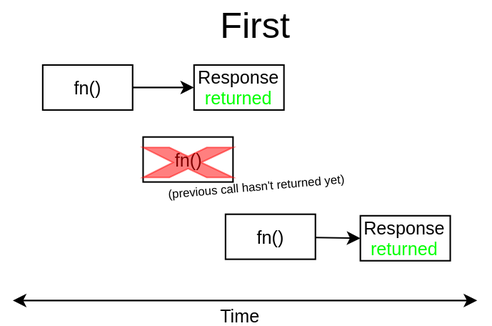
The draw.io diagram diagrams/first.svg in kasvtv/micro-observers, before a commit. Source tidied: cells renumbered, new cells last; positions are measured from the earlier drawing's top-left corner, leaving out a move shared by most shapes.
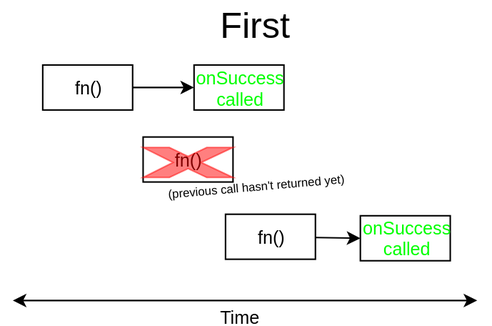
Above is the later version.

Diff of the diagram source:
```diff
@@ -24,7 +24,7 @@
         <mxPoint x="80" y="58" as="sourcePoint" />
       </mxGeometry>
     </mxCell>
-    <mxCell id="7" value="Response&lt;br&gt;&lt;font color=&quot;#00ff00&quot;&gt;returned&lt;br&gt;&lt;/font&gt;" style="rounded=0;whiteSpace=wrap;html=1;" parent="1" vertex="1">
+    <mxCell id="7" value="&lt;font color=&quot;#00ff00&quot;&gt;onSuccess&lt;br&gt;called&lt;br&gt;&lt;/font&gt;" style="rounded=0;whiteSpace=wrap;html=1;" parent="1" vertex="1">
       <mxGeometry x="121" y="43" width="60" height="30" as="geometry" />
     </mxCell>
     <mxCell id="8" style="verticalLabelPosition=bottom;verticalAlign=top;html=1;shape=mxgraph.basic.x;fillColor=#FF0000;strokeColor=#FF0000;opacity=50;" parent="1" vertex="1">
@@ -33,7 +33,7 @@
     <mxCell id="9" value="fn()" style="rounded=0;whiteSpace=wrap;html=1;" parent="1" vertex="1">
       <mxGeometry x="142" y="142.5" width="60" height="30" as="geometry" />
     </mxCell>
-    <mxCell id="10" value="Response&lt;br&gt;&lt;font color=&quot;#00ff00&quot;&gt;returned&lt;/font&gt;" style="rounded=0;whiteSpace=wrap;html=1;" parent="1" vertex="1">
+    <mxCell id="10" value="&lt;span style=&quot;color: rgb(0 , 255 , 0)&quot;&gt;onSuccess&lt;/span&gt;&lt;br style=&quot;color: rgb(0 , 255 , 0)&quot;&gt;&lt;span style=&quot;color: rgb(0 , 255 , 0)&quot;&gt;called&lt;/span&gt;" style="rounded=0;whiteSpace=wrap;html=1;" parent="1" vertex="1">
       <mxGeometry x="232" y="143.5" width="60" height="30" as="geometry" />
     </mxCell>
     <mxCell id="11" style="endArrow=classic;html=1;" parent="1" edge="1">
```
